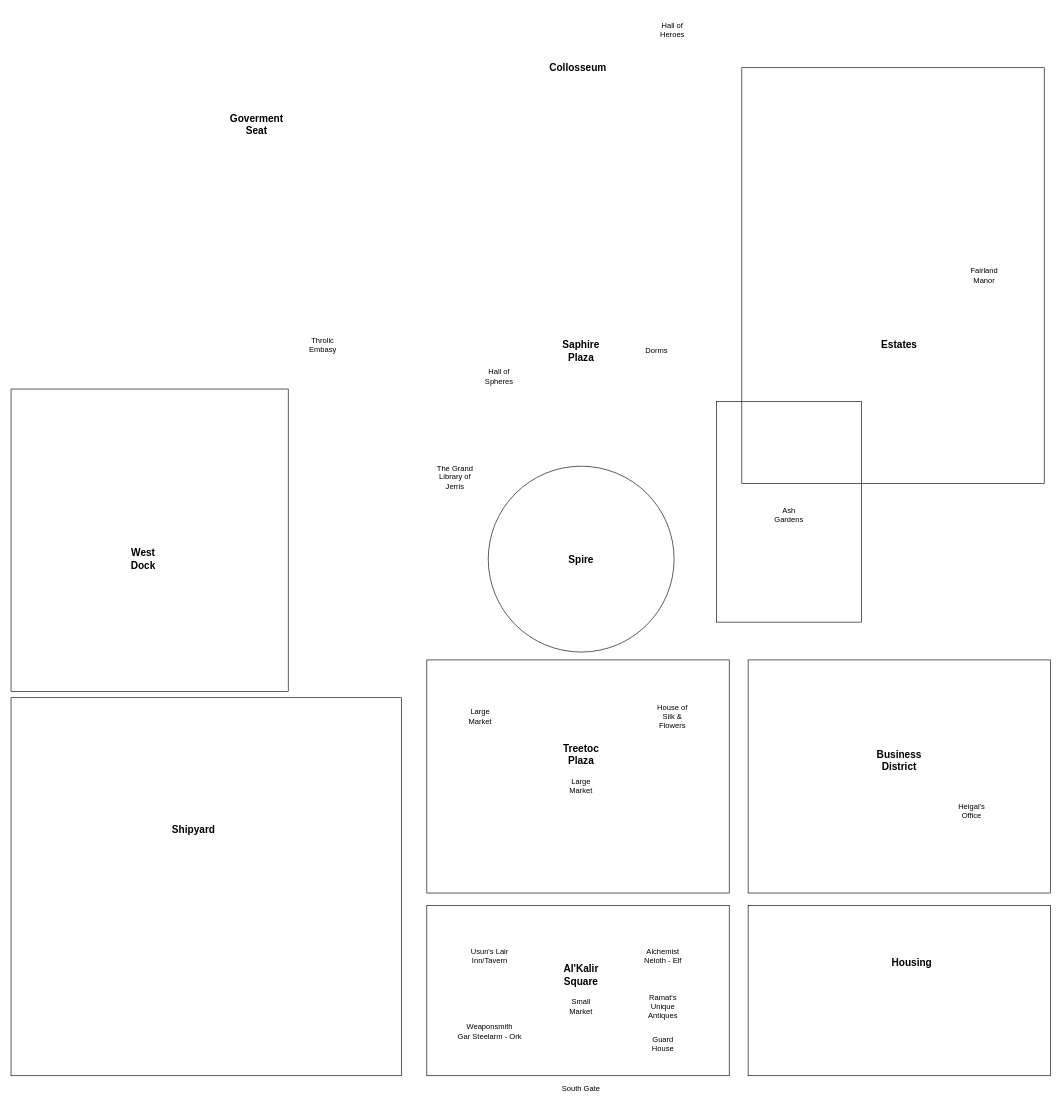
This is Jerris.drawio from marcusspain/drawings, a draw.io file, before an edit. Source tidied: cells renumbered, new cells numbered last; positions are measured from the earlier drawing's top-left corner, leaving out a move shared by most shapes. Both pictures are drawn from the tidied source at 63%, with x=0, y=0 at pixel (11, 17).
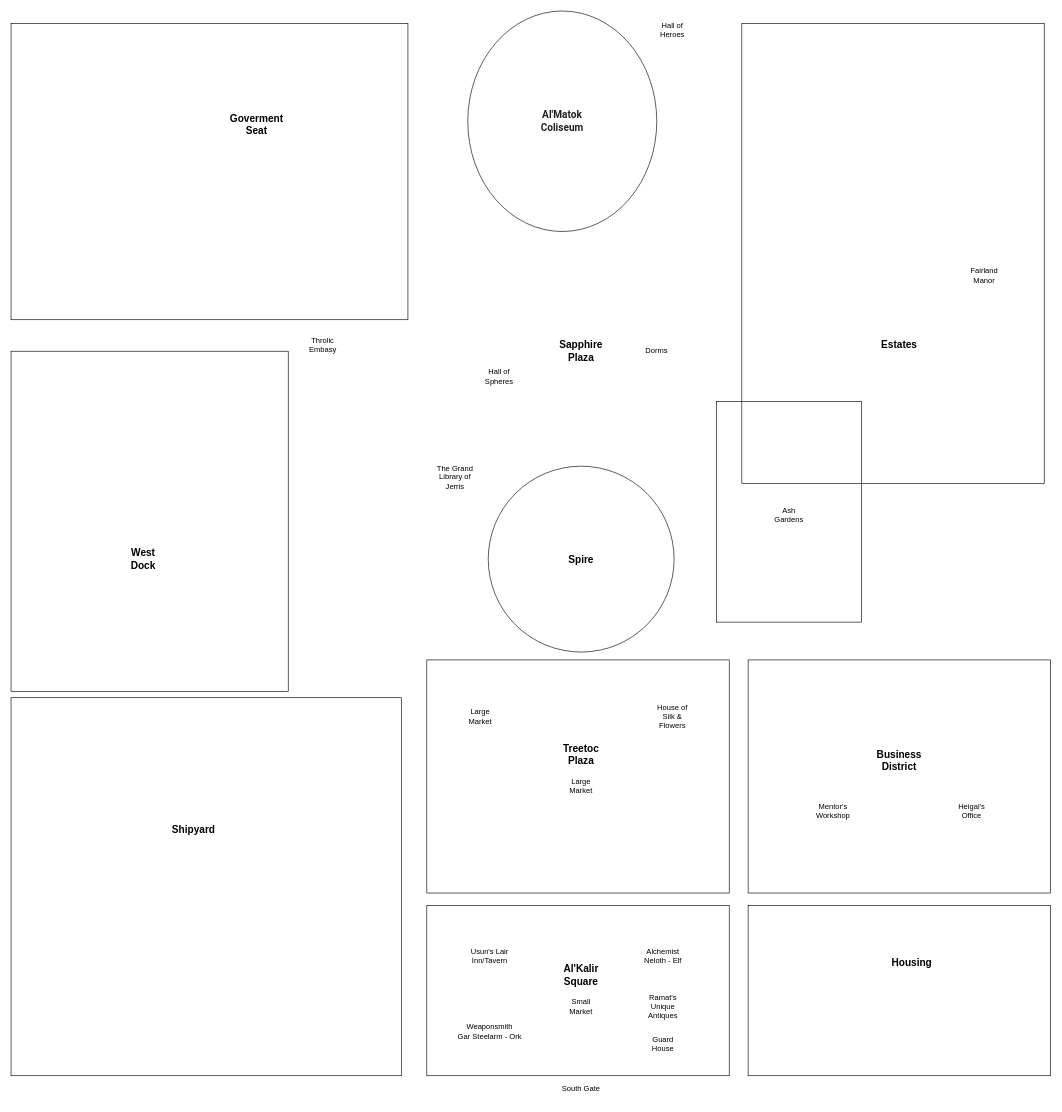
After the change.

What changed in the source:
```diff
@@
+    <mxCell id="40" style="ellipse;whiteSpace=wrap;html=1;fillColor=none;" parent="1" vertex="1">
+      <mxGeometry x="725" y="-10" width="300" height="350" as="geometry" />
+    </mxCell>
@@
     <mxCell id="5" style="rounded=0;whiteSpace=wrap;html=1;fillColor=none;fontSize=16;" parent="1" vertex="1">
-      <mxGeometry y="590" width="440" height="480" as="geometry" />
+      <mxGeometry y="530" width="440" height="540" as="geometry" />
     </mxCell>
@@
     <mxCell id="9" style="rounded=0;whiteSpace=wrap;html=1;fillColor=none;fontSize=16;" parent="1" vertex="1">
-      <mxGeometry x="1160" y="80" width="480" height="660" as="geometry" />
+      <mxGeometry x="1160" y="10" width="480" height="730" as="geometry" />
     </mxCell>
@@
-    <mxCell id="34" value="Saphire Plaza" style="text;html=1;strokeColor=none;fillColor=none;align=center;verticalAlign=middle;whiteSpace=wrap;rounded=0;fontSize=16;fontStyle=1;" parent="1" vertex="1">
+    <mxCell id="34" value="Sapphire Plaza" style="text;html=1;strokeColor=none;fillColor=none;align=center;verticalAlign=middle;whiteSpace=wrap;rounded=0;fontSize=16;fontStyle=1;" parent="1" vertex="1">
       <mxGeometry x="885" y="520" width="40" height="20" as="geometry" />
     </mxCell>
@@
-    <mxCell id="36" value="Collosseum" style="text;html=1;strokeColor=none;fillColor=none;align=center;verticalAlign=middle;whiteSpace=wrap;rounded=0;fontSize=16;fontStyle=1;" parent="1" vertex="1">
-      <mxGeometry x="880" y="70" width="40" height="20" as="geometry" />
+    <mxCell id="36" value="&lt;b style=&quot;color: rgb(34 , 34 , 34) ; font-family: &amp;#34;roboto&amp;#34; , &amp;#34;arial&amp;#34; , sans-serif ; text-align: left&quot;&gt;Al'Matok Coliseum&lt;/b&gt;" style="text;html=1;strokeColor=none;fillColor=none;align=center;verticalAlign=middle;whiteSpace=wrap;rounded=0;fontSize=16;fontStyle=1;" parent="1" vertex="1">
+      <mxGeometry x="855" y="155" width="40" height="20" as="geometry" />
     </mxCell>
@@
+    <mxCell id="41" value="Mentor's Workshop" style="text;html=1;strokeColor=none;fillColor=none;align=center;verticalAlign=middle;whiteSpace=wrap;rounded=0;" parent="1" vertex="1">
+      <mxGeometry x="1270" y="1240" width="70" height="40" as="geometry" />
+    </mxCell>
+    <mxCell id="42" style="rounded=0;whiteSpace=wrap;html=1;fillColor=none;fontSize=16;" parent="1" vertex="1">
+      <mxGeometry y="10" width="630" height="470" as="geometry" />
+    </mxCell>
```
